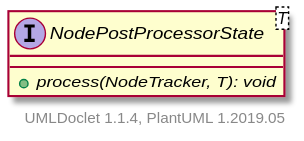
The PlantUML diagram apidocs/2.11.0.M8-SNAPSHOT/org/apache/wiki/markdown/extensions/jspwikilinks/postprocessor/NodePostProcessorState.svg in apache/jspwiki-site, before a commit. Source of this version:
```plantuml
@startuml

    interface NodePostProcessorState<T> [[NodePostProcessorState.html]] {
        {abstract} +process(NodeTracker, T): void
    }


    center footer UMLDoclet 1.1.4, PlantUML 1.2019.05
@enduml
```
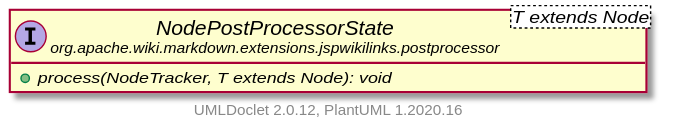
After the change.

What changed in the source:
```diff
@@ -1,9 +1,11 @@
 @startuml
+    set namespaceSeparator none
+    hide empty fields
+    hide empty methods
 
-    interface NodePostProcessorState<T> [[NodePostProcessorState.html]] {
-        {abstract} +process(NodeTracker, T): void
+    interface "<size:14>NodePostProcessorState\n<size:10>org.apache.wiki.markdown.extensions.jspwikilinks.postprocessor" as org.apache.wiki.markdown.extensions.jspwikilinks.postprocessor.NodePostProcessorState<T extends Node> [[NodePostProcessorState.html]] {
+        {abstract} +process(NodeTracker, T extends Node): void
     }
 
-
-    center footer UMLDoclet 1.1.4, PlantUML 1.2019.05
+    center footer UMLDoclet 2.0.12, PlantUML 1.2020.16
 @enduml
```
